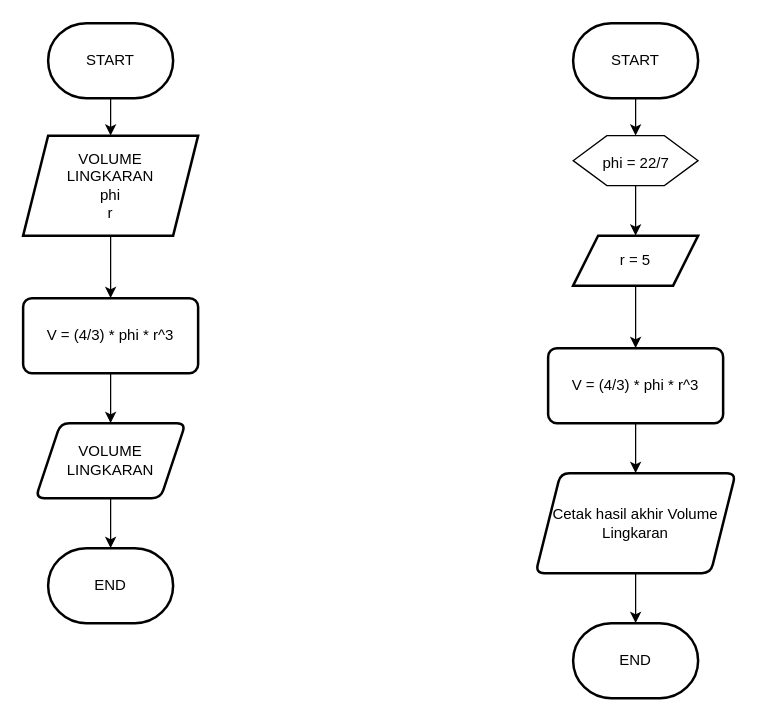
The draw.io diagram Menghitung Volume Lingkaran.drawio in Vanvill027/Algo_B_23241075_2, before the edit. Source tidied: cells renumbered, new cells numbered last; positions are measured from the earlier drawing's top-left corner, leaving out a move shared by most shapes. Both pictures are drawn from the tidied source at 125%, with x=0, y=0 at pixel (22, 22).
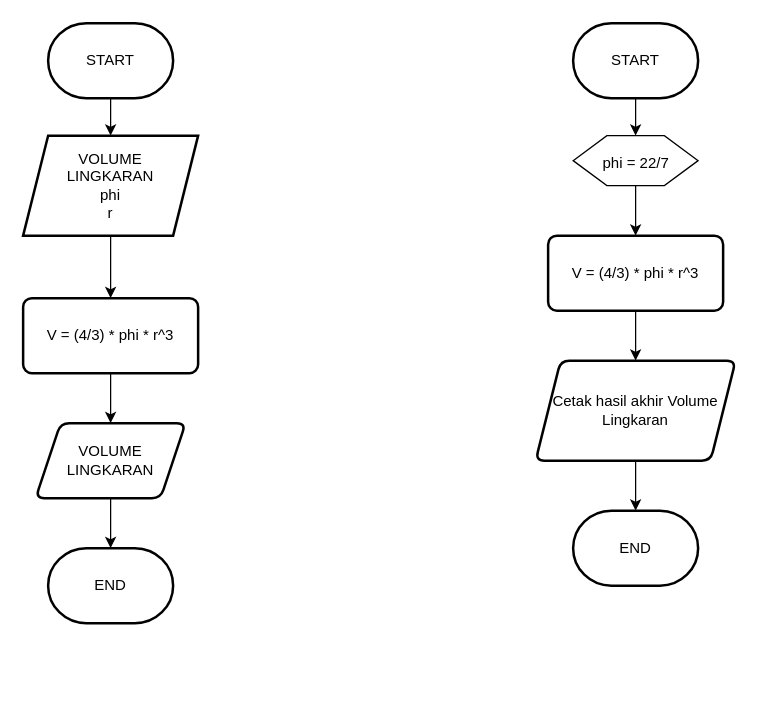
The same diagram, later.

Commit message:
Pemutakhiran Menghitung Volume Bola.drawio

The change refers to these unchanged cells:
```xml
<mxCell id="21" value="phi = 22/7" style="verticalLabelPosition=bottom;verticalAlign=top;html=1;shape=hexagon;perimeter=hexagonPerimeter2;arcSize=6;size=0.27;horizontal=1;align=center;spacing=-30;" parent="1" vertex="1">
  <mxGeometry x="440" y="90" width="100" height="40" as="geometry" />
</mxCell>
```

Change to the diagram source:
```diff
@@
-    <mxCell id="13" style="edgeStyle=orthogonalEdgeStyle;rounded=0;jettySize=auto;html=1;" parent="1" edge="1" source="14" target="16">
-      <mxGeometry relative="1" as="geometry" />
-    </mxCell>
-    <mxCell id="14" value="r = 5" style="shape=parallelogram;perimeter=parallelogramPerimeter;whiteSpace=wrap;html=1;fixedSize=1;strokeWidth=2;" parent="1" vertex="1">
-      <mxGeometry x="440" y="170" width="100" height="40" as="geometry" />
-    </mxCell>
@@
     <mxCell id="16" value="V = (4/3) * phi * r^3" style="rounded=1;whiteSpace=wrap;html=1;absoluteArcSize=1;arcSize=14;strokeWidth=2;" parent="1" vertex="1">
-      <mxGeometry x="420" y="260" width="140" height="60" as="geometry" />
+      <mxGeometry x="420" y="170" width="140" height="60" as="geometry" />
     </mxCell>
@@
     <mxCell id="18" value="Cetak hasil akhir Volume Lingkaran" style="shape=parallelogram;perimeter=parallelogramPerimeter;whiteSpace=wrap;html=1;fixedSize=1;rounded=1;arcSize=14;strokeWidth=2;" parent="1" vertex="1">
-      <mxGeometry x="410" y="360" width="160" height="80" as="geometry" />
+      <mxGeometry x="410" y="270" width="160" height="80" as="geometry" />
     </mxCell>
     <mxCell id="19" value="END" style="strokeWidth=2;html=1;shape=mxgraph.flowchart.terminator;whiteSpace=wrap;" parent="1" vertex="1">
-      <mxGeometry x="440" y="480" width="100" height="60" as="geometry" />
+      <mxGeometry x="440" y="390" width="100" height="60" as="geometry" />
     </mxCell>
-    <mxCell id="20" style="edgeStyle=orthogonalEdgeStyle;rounded=0;jettySize=auto;html=1;" parent="1" edge="1" source="21" target="14">
-      <mxGeometry relative="1" as="geometry" />
+    <mxCell id="20" style="edgeStyle=orthogonalEdgeStyle;rounded=0;jettySize=auto;html=1;" parent="1" edge="1" source="21">
+      <mxGeometry relative="1" as="geometry">
+        <mxPoint x="490" y="170" as="targetPoint" />
+      </mxGeometry>
     </mxCell>
```
